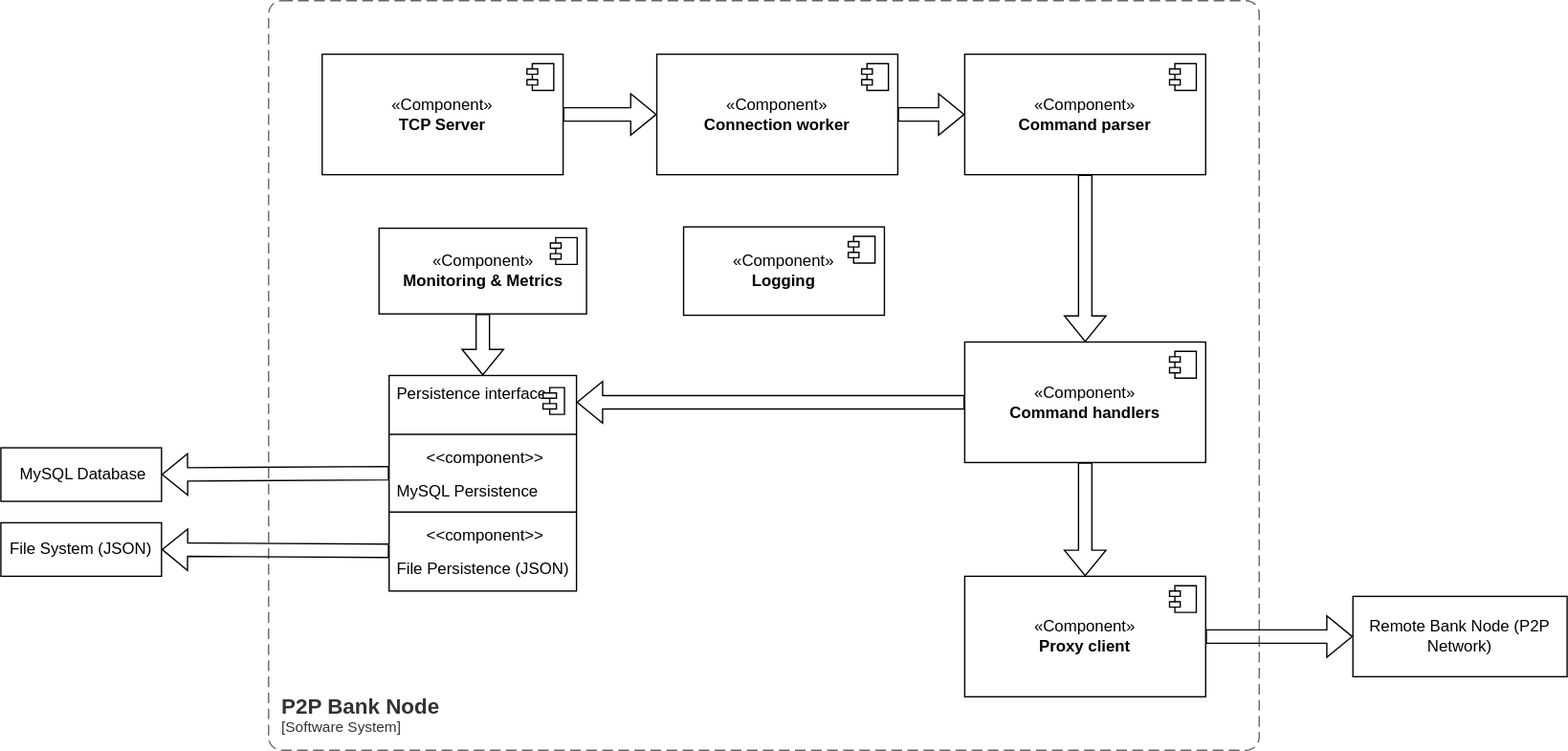
The draw.io diagram docs/diagrams/component-diagram.svg in novakjak/bank, before a commit. Source tidied: cells renumbered, new cells last; positions are measured from the earlier drawing's top-left corner, leaving out a move shared by most shapes. The source it was exported from:
```xml
<mxGraphModel>
  <root>
    <mxCell id="0" />
    <mxCell id="1" parent="0" />
    <object id="2" label="&lt;font style=&quot;font-size: 16px&quot;&gt;&lt;b&gt;&lt;div style=&quot;text-align: left&quot;&gt;%c4Name%&lt;/div&gt;&lt;/b&gt;&lt;/font&gt;&lt;div style=&quot;text-align: left&quot;&gt;[%c4Application%]&lt;/div&gt;" c4Application="Software System" c4Name="P2P Bank Node" c4Type="SystemScopeBoundary" placeholders="1">
      <mxCell style="rounded=1;fontSize=11;whiteSpace=wrap;html=1;dashed=1;arcSize=20;fillColor=none;strokeColor=#666666;fontColor=#333333;labelBackgroundColor=none;align=left;verticalAlign=bottom;labelBorderColor=none;spacingTop=0;spacing=10;dashPattern=8 4;perimeter=rectanglePerimeter;noLabel=0;labelPadding=0;absoluteArcSize=1;" parent="1" vertex="1">
        <mxGeometry x="200" width="740" height="560" as="geometry" />
      </mxCell>
    </object>
    <mxCell id="3" value="«Component»&lt;br&gt;&lt;b&gt;TCP Server&lt;/b&gt;" style="html=1;whiteSpace=wrap;" parent="1" vertex="1">
      <mxGeometry x="240" y="40" width="180" height="90" as="geometry" />
    </mxCell>
    <mxCell id="4" style="shape=module;jettyWidth=8;jettyHeight=4;" parent="3" vertex="1">
      <mxGeometry x="1" width="20" height="20" relative="1" as="geometry">
        <mxPoint x="-27" y="7" as="offset" />
      </mxGeometry>
    </mxCell>
    <mxCell id="5" value="«Component»&lt;br&gt;&lt;div&gt;&lt;b&gt;Connection worker&lt;/b&gt;&lt;/div&gt;" style="html=1;whiteSpace=wrap;" parent="1" vertex="1">
      <mxGeometry x="490" y="40" width="180" height="90" as="geometry" />
    </mxCell>
    <mxCell id="6" style="shape=module;jettyWidth=8;jettyHeight=4;" parent="5" vertex="1">
      <mxGeometry x="1" width="20" height="20" relative="1" as="geometry">
        <mxPoint x="-27" y="7" as="offset" />
      </mxGeometry>
    </mxCell>
    <mxCell id="7" style="shape=flexArrow;endArrow=classic;html=1;rounded=0;exitX=1;exitY=0.5;exitDx=0;exitDy=0;entryX=0;entryY=0.5;entryDx=0;entryDy=0;" parent="1" edge="1" source="3" target="5">
      <mxGeometry relative="1" as="geometry" />
    </mxCell>
    <mxCell id="8" value="&lt;div&gt;«Component»&lt;/div&gt;&lt;div&gt;&lt;b&gt;Command parser&lt;/b&gt;&lt;/div&gt;" style="html=1;whiteSpace=wrap;" parent="1" vertex="1">
      <mxGeometry x="720" y="40" width="180" height="90" as="geometry" />
    </mxCell>
    <mxCell id="9" style="shape=module;jettyWidth=8;jettyHeight=4;" parent="8" vertex="1">
      <mxGeometry x="1" width="20" height="20" relative="1" as="geometry">
        <mxPoint x="-27" y="7" as="offset" />
      </mxGeometry>
    </mxCell>
    <mxCell id="10" value="«Component»&lt;br&gt;&lt;b&gt;Command handlers&lt;/b&gt;" style="html=1;whiteSpace=wrap;" parent="1" vertex="1">
      <mxGeometry x="720" y="255" width="180" height="90" as="geometry" />
    </mxCell>
    <mxCell id="11" style="shape=module;jettyWidth=8;jettyHeight=4;" parent="10" vertex="1">
      <mxGeometry x="1" width="20" height="20" relative="1" as="geometry">
        <mxPoint x="-27" y="7" as="offset" />
      </mxGeometry>
    </mxCell>
    <mxCell id="12" style="shape=flexArrow;endArrow=classic;html=1;rounded=0;entryX=0;entryY=0.5;entryDx=0;entryDy=0;exitX=1;exitY=0.5;exitDx=0;exitDy=0;" parent="1" edge="1" source="5" target="8">
      <mxGeometry relative="1" as="geometry" />
    </mxCell>
    <mxCell id="13" style="shape=flexArrow;endArrow=classic;html=1;rounded=0;entryX=0.5;entryY=0;entryDx=0;entryDy=0;exitX=0.5;exitY=1;exitDx=0;exitDy=0;" parent="1" edge="1" source="8" target="10">
      <mxGeometry relative="1" as="geometry" />
    </mxCell>
    <mxCell id="14" value="«Component»&lt;br&gt;&lt;b&gt;Proxy client&lt;/b&gt;" style="html=1;whiteSpace=wrap;" parent="1" vertex="1">
      <mxGeometry x="720" y="430" width="180" height="90" as="geometry" />
    </mxCell>
    <mxCell id="15" style="shape=module;jettyWidth=8;jettyHeight=4;" parent="14" vertex="1">
      <mxGeometry x="1" width="20" height="20" relative="1" as="geometry">
        <mxPoint x="-27" y="7" as="offset" />
      </mxGeometry>
    </mxCell>
    <mxCell id="16" style="shape=flexArrow;endArrow=classic;html=1;rounded=0;entryX=0.5;entryY=0;entryDx=0;entryDy=0;exitX=0.5;exitY=1;exitDx=0;exitDy=0;" parent="1" edge="1" source="10" target="14">
      <mxGeometry relative="1" as="geometry" />
    </mxCell>
    <mxCell id="17" value="Remote Bank Node (P2P Network)" style="rounded=0;whiteSpace=wrap;html=1;" parent="1" vertex="1">
      <mxGeometry x="1010" y="445" width="160" height="60" as="geometry" />
    </mxCell>
    <mxCell id="18" style="shape=flexArrow;endArrow=classic;html=1;rounded=0;exitX=1;exitY=0.5;exitDx=0;exitDy=0;entryX=0;entryY=0.5;entryDx=0;entryDy=0;" parent="1" edge="1" source="14" target="17">
      <mxGeometry relative="1" as="geometry" />
    </mxCell>
    <mxCell id="19" style="fontStyle=1;align=center;verticalAlign=top;horizontal=1;" parent="1" vertex="1">
      <mxGeometry x="290" y="280" width="140" height="161" as="geometry" />
    </mxCell>
    <mxCell id="20" value="&lt;div&gt;Persistence interface&lt;/div&gt;" style="html=1;align=left;spacingLeft=4;verticalAlign=top;strokeColor=none;fillColor=none;whiteSpace=wrap;" parent="19" vertex="1">
      <mxGeometry width="140" height="40" as="geometry" />
    </mxCell>
    <mxCell id="21" style="shape=module;jettyWidth=10;jettyHeight=4;" parent="20" vertex="1">
      <mxGeometry x="1" width="16" height="20" relative="1" as="geometry">
        <mxPoint x="-25" y="9" as="offset" />
      </mxGeometry>
    </mxCell>
    <mxCell id="22" style="line;strokeWidth=1;fillColor=none;align=left;verticalAlign=middle;spacingTop=-1;spacingLeft=3;spacingRight=3;labelPosition=right;" parent="19" vertex="1">
      <mxGeometry y="40" width="140" height="8" as="geometry" />
    </mxCell>
    <mxCell id="23" value="&amp;lt;&amp;lt;component&amp;gt;&amp;gt;" style="html=1;align=center;spacingLeft=4;verticalAlign=top;strokeColor=none;fillColor=none;whiteSpace=wrap;" parent="19" vertex="1">
      <mxGeometry y="48" width="140" height="25" as="geometry" />
    </mxCell>
    <mxCell id="24" value="MySQL Persistence" style="html=1;align=left;spacingLeft=4;verticalAlign=top;strokeColor=none;fillColor=none;whiteSpace=wrap;" parent="19" vertex="1">
      <mxGeometry y="73" width="140" height="25" as="geometry" />
    </mxCell>
    <mxCell id="25" style="line;strokeWidth=1;fillColor=none;align=left;verticalAlign=middle;spacingTop=-1;spacingLeft=3;spacingRight=3;labelPosition=right;" parent="19" vertex="1">
      <mxGeometry y="98" width="140" height="8" as="geometry" />
    </mxCell>
    <mxCell id="26" value="&amp;lt;&amp;lt;component&amp;gt;&amp;gt;" style="html=1;align=center;spacingLeft=4;verticalAlign=top;strokeColor=none;fillColor=none;whiteSpace=wrap;" parent="19" vertex="1">
      <mxGeometry y="106" width="140" height="25" as="geometry" />
    </mxCell>
    <mxCell id="27" value="File Persistence (JSON)" style="html=1;align=left;spacingLeft=4;verticalAlign=top;strokeColor=none;fillColor=none;whiteSpace=wrap;" parent="19" vertex="1">
      <mxGeometry y="131" width="140" height="30" as="geometry" />
    </mxCell>
    <mxCell id="28" style="shape=flexArrow;endArrow=classic;html=1;rounded=0;entryX=1;entryY=0.5;entryDx=0;entryDy=0;exitX=0;exitY=0.5;exitDx=0;exitDy=0;" parent="1" edge="1" source="10" target="20">
      <mxGeometry relative="1" as="geometry" />
    </mxCell>
    <mxCell id="29" value="«Component»&lt;br&gt;&lt;b&gt;Monitoring &amp;amp; Metrics&lt;/b&gt;" style="html=1;whiteSpace=wrap;" parent="1" vertex="1">
      <mxGeometry x="282.5" y="170" width="155" height="64" as="geometry" />
    </mxCell>
    <mxCell id="30" style="shape=module;jettyWidth=8;jettyHeight=4;" parent="29" vertex="1">
      <mxGeometry x="1" width="20" height="20" relative="1" as="geometry">
        <mxPoint x="-27" y="7" as="offset" />
      </mxGeometry>
    </mxCell>
    <mxCell id="31" style="shape=flexArrow;endArrow=classic;html=1;rounded=0;entryX=0.5;entryY=0;entryDx=0;entryDy=0;exitX=0.5;exitY=1;exitDx=0;exitDy=0;" parent="1" edge="1" source="29" target="20">
      <mxGeometry relative="1" as="geometry" />
    </mxCell>
    <mxCell id="32" value="&amp;nbsp;MySQL Database" style="rounded=0;whiteSpace=wrap;html=1;" parent="1" vertex="1">
      <mxGeometry y="334" width="120" height="40" as="geometry" />
    </mxCell>
    <mxCell id="33" style="shape=flexArrow;endArrow=classic;html=1;rounded=0;entryX=1;entryY=0.5;entryDx=0;entryDy=0;exitX=0;exitY=0;exitDx=0;exitDy=0;" parent="1" edge="1" source="24" target="32">
      <mxGeometry relative="1" as="geometry" />
    </mxCell>
    <mxCell id="34" value="File System (JSON)" style="whiteSpace=wrap;html=1;" parent="1" vertex="1">
      <mxGeometry y="390" width="120" height="40" as="geometry" />
    </mxCell>
    <mxCell id="35" style="shape=flexArrow;endArrow=classic;html=1;rounded=0;entryX=1;entryY=0.5;entryDx=0;entryDy=0;exitX=0;exitY=0;exitDx=0;exitDy=0;" parent="1" edge="1" source="27" target="34">
      <mxGeometry relative="1" as="geometry" />
    </mxCell>
    <mxCell id="36" value="«Component»&lt;br&gt;&lt;b&gt;Logging&lt;/b&gt;" style="html=1;whiteSpace=wrap;" parent="1" vertex="1">
      <mxGeometry x="510" y="169" width="150" height="66" as="geometry" />
    </mxCell>
    <mxCell id="37" style="shape=module;jettyWidth=8;jettyHeight=4;" parent="36" vertex="1">
      <mxGeometry x="1" width="20" height="20" relative="1" as="geometry">
        <mxPoint x="-27" y="7" as="offset" />
      </mxGeometry>
    </mxCell>
  </root>
</mxGraphModel>
```
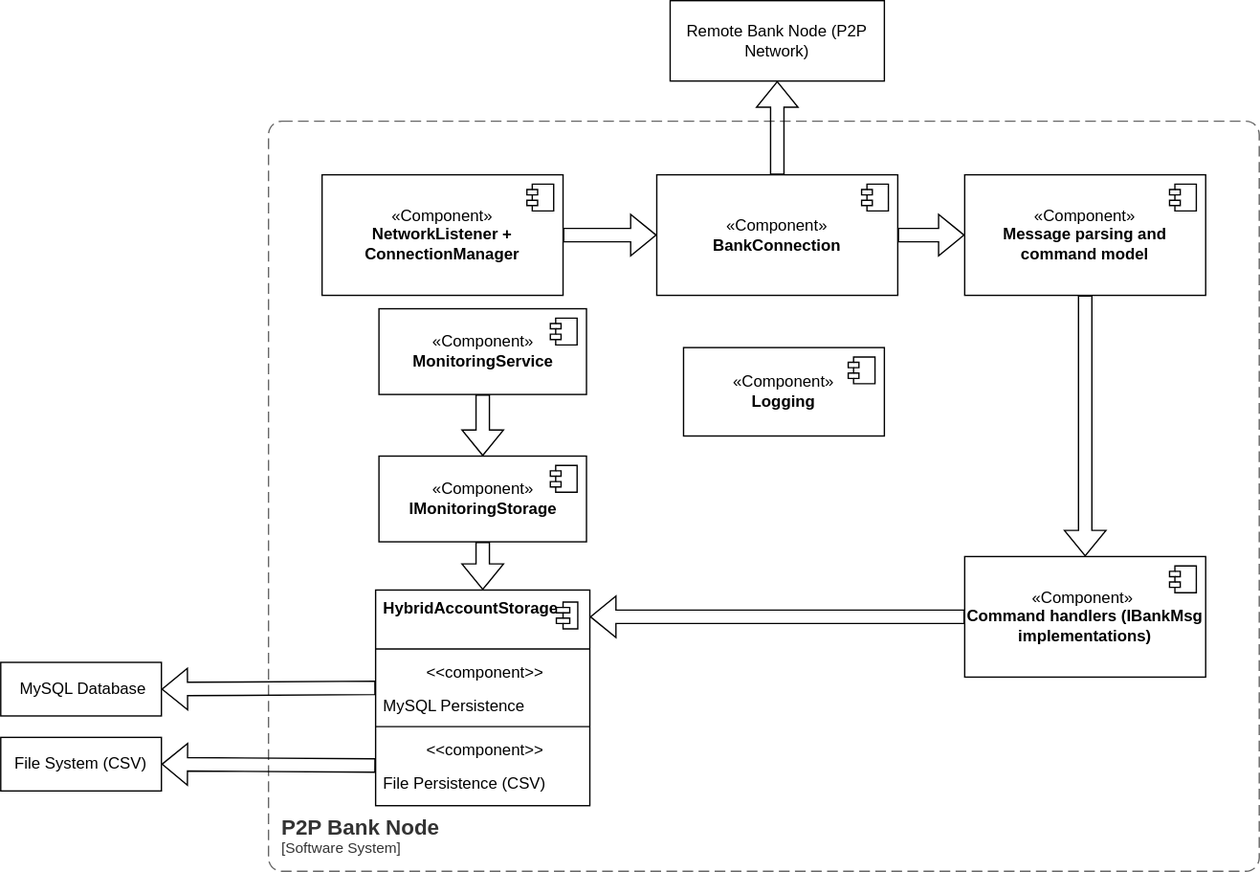
The same file after the commit.

The edit, as a diff of the source:
```diff
@@ -7,7 +7,7 @@
         <mxGeometry x="200" width="740" height="560" as="geometry" />
       </mxCell>
     </object>
-    <mxCell id="3" value="«Component»&lt;br&gt;&lt;b&gt;TCP Server&lt;/b&gt;" style="html=1;whiteSpace=wrap;" parent="1" vertex="1">
+    <mxCell id="3" value="«Component»&lt;br&gt;&lt;b&gt;NetworkListener + ConnectionManager&lt;/b&gt;" style="html=1;whiteSpace=wrap;" parent="1" vertex="1">
       <mxGeometry x="240" y="40" width="180" height="90" as="geometry" />
     </mxCell>
     <mxCell id="4" style="shape=module;jettyWidth=8;jettyHeight=4;" parent="3" vertex="1">
@@ -15,7 +15,7 @@
         <mxPoint x="-27" y="7" as="offset" />
       </mxGeometry>
     </mxCell>
-    <mxCell id="5" value="«Component»&lt;br&gt;&lt;div&gt;&lt;b&gt;Connection worker&lt;/b&gt;&lt;/div&gt;" style="html=1;whiteSpace=wrap;" parent="1" vertex="1">
+    <mxCell id="5" value="«Component»&lt;br&gt;&lt;div&gt; &lt;b&gt;BankConnection&lt;/b&gt;&lt;/div&gt;" style="html=1;whiteSpace=wrap;" parent="1" vertex="1">
       <mxGeometry x="490" y="40" width="180" height="90" as="geometry" />
     </mxCell>
     <mxCell id="6" style="shape=module;jettyWidth=8;jettyHeight=4;" parent="5" vertex="1">
@@ -26,7 +26,7 @@
     <mxCell id="7" style="shape=flexArrow;endArrow=classic;html=1;rounded=0;exitX=1;exitY=0.5;exitDx=0;exitDy=0;entryX=0;entryY=0.5;entryDx=0;entryDy=0;" parent="1" edge="1" source="3" target="5">
       <mxGeometry relative="1" as="geometry" />
     </mxCell>
-    <mxCell id="8" value="&lt;div&gt;«Component»&lt;/div&gt;&lt;div&gt;&lt;b&gt;Command parser&lt;/b&gt;&lt;/div&gt;" style="html=1;whiteSpace=wrap;" parent="1" vertex="1">
+    <mxCell id="8" value="&lt;div&gt;«Component»&lt;/div&gt;&lt;div&gt;&lt;b&gt;Message parsing and command model&lt;/b&gt;&lt;/div&gt;" style="html=1;whiteSpace=wrap;" parent="1" vertex="1">
       <mxGeometry x="720" y="40" width="180" height="90" as="geometry" />
     </mxCell>
     <mxCell id="9" style="shape=module;jettyWidth=8;jettyHeight=4;" parent="8" vertex="1">
@@ -34,8 +34,8 @@
         <mxPoint x="-27" y="7" as="offset" />
       </mxGeometry>
     </mxCell>
-    <mxCell id="10" value="«Component»&lt;br&gt;&lt;b&gt;Command handlers&lt;/b&gt;" style="html=1;whiteSpace=wrap;" parent="1" vertex="1">
-      <mxGeometry x="720" y="255" width="180" height="90" as="geometry" />
+    <mxCell id="10" value="&lt;div&gt;«Component»&amp;nbsp;&lt;/div&gt;&lt;div&gt;&lt;b&gt;Command handlers (IBankMsg implementations)&lt;/b&gt;&lt;/div&gt;" style="html=1;whiteSpace=wrap;" parent="1" vertex="1">
+      <mxGeometry x="720" y="325" width="180" height="90" as="geometry" />
     </mxCell>
     <mxCell id="11" style="shape=module;jettyWidth=8;jettyHeight=4;" parent="10" vertex="1">
       <mxGeometry x="1" width="20" height="20" relative="1" as="geometry">
@@ -48,28 +48,17 @@
     <mxCell id="13" style="shape=flexArrow;endArrow=classic;html=1;rounded=0;entryX=0.5;entryY=0;entryDx=0;entryDy=0;exitX=0.5;exitY=1;exitDx=0;exitDy=0;" parent="1" edge="1" source="8" target="10">
       <mxGeometry relative="1" as="geometry" />
     </mxCell>
-    <mxCell id="14" value="«Component»&lt;br&gt;&lt;b&gt;Proxy client&lt;/b&gt;" style="html=1;whiteSpace=wrap;" parent="1" vertex="1">
-      <mxGeometry x="720" y="430" width="180" height="90" as="geometry" />
-    </mxCell>
-    <mxCell id="15" style="shape=module;jettyWidth=8;jettyHeight=4;" parent="14" vertex="1">
-      <mxGeometry x="1" width="20" height="20" relative="1" as="geometry">
-        <mxPoint x="-27" y="7" as="offset" />
-      </mxGeometry>
-    </mxCell>
-    <mxCell id="16" style="shape=flexArrow;endArrow=classic;html=1;rounded=0;entryX=0.5;entryY=0;entryDx=0;entryDy=0;exitX=0.5;exitY=1;exitDx=0;exitDy=0;" parent="1" edge="1" source="10" target="14">
-      <mxGeometry relative="1" as="geometry" />
-    </mxCell>
     <mxCell id="17" value="Remote Bank Node (P2P Network)" style="rounded=0;whiteSpace=wrap;html=1;" parent="1" vertex="1">
-      <mxGeometry x="1010" y="445" width="160" height="60" as="geometry" />
+      <mxGeometry x="500" y="-90" width="160" height="60" as="geometry" />
     </mxCell>
-    <mxCell id="18" style="shape=flexArrow;endArrow=classic;html=1;rounded=0;exitX=1;exitY=0.5;exitDx=0;exitDy=0;entryX=0;entryY=0.5;entryDx=0;entryDy=0;" parent="1" edge="1" source="14" target="17">
+    <mxCell id="18" style="shape=flexArrow;endArrow=classic;html=1;rounded=0;exitX=0.5;exitY=0;exitDx=0;exitDy=0;entryX=0.5;entryY=1;entryDx=0;entryDy=0;" parent="1" edge="1" source="5" target="17">
       <mxGeometry relative="1" as="geometry" />
     </mxCell>
     <mxCell id="19" style="fontStyle=1;align=center;verticalAlign=top;horizontal=1;" parent="1" vertex="1">
-      <mxGeometry x="290" y="280" width="140" height="161" as="geometry" />
+      <mxGeometry x="280" y="350" width="160" height="161" as="geometry" />
     </mxCell>
-    <mxCell id="20" value="&lt;div&gt;Persistence interface&lt;/div&gt;" style="html=1;align=left;spacingLeft=4;verticalAlign=top;strokeColor=none;fillColor=none;whiteSpace=wrap;" parent="19" vertex="1">
-      <mxGeometry width="140" height="40" as="geometry" />
+    <mxCell id="20" value="&lt;b&gt;HybridAccountStorage&lt;/b&gt;" style="html=1;align=left;spacingLeft=4;verticalAlign=top;strokeColor=none;fillColor=none;whiteSpace=wrap;" parent="19" vertex="1">
+      <mxGeometry width="160" height="40" as="geometry" />
     </mxCell>
     <mxCell id="21" style="shape=module;jettyWidth=10;jettyHeight=4;" parent="20" vertex="1">
       <mxGeometry x="1" width="16" height="20" relative="1" as="geometry">
@@ -77,45 +66,45 @@
       </mxGeometry>
     </mxCell>
     <mxCell id="22" style="line;strokeWidth=1;fillColor=none;align=left;verticalAlign=middle;spacingTop=-1;spacingLeft=3;spacingRight=3;labelPosition=right;" parent="19" vertex="1">
-      <mxGeometry y="40" width="140" height="8" as="geometry" />
+      <mxGeometry y="40" width="160" height="8" as="geometry" />
     </mxCell>
     <mxCell id="23" value="&amp;lt;&amp;lt;component&amp;gt;&amp;gt;" style="html=1;align=center;spacingLeft=4;verticalAlign=top;strokeColor=none;fillColor=none;whiteSpace=wrap;" parent="19" vertex="1">
-      <mxGeometry y="48" width="140" height="25" as="geometry" />
+      <mxGeometry y="48" width="160" height="25" as="geometry" />
     </mxCell>
     <mxCell id="24" value="MySQL Persistence" style="html=1;align=left;spacingLeft=4;verticalAlign=top;strokeColor=none;fillColor=none;whiteSpace=wrap;" parent="19" vertex="1">
-      <mxGeometry y="73" width="140" height="25" as="geometry" />
+      <mxGeometry y="73" width="160" height="25" as="geometry" />
     </mxCell>
     <mxCell id="25" style="line;strokeWidth=1;fillColor=none;align=left;verticalAlign=middle;spacingTop=-1;spacingLeft=3;spacingRight=3;labelPosition=right;" parent="19" vertex="1">
-      <mxGeometry y="98" width="140" height="8" as="geometry" />
+      <mxGeometry y="98" width="160" height="8" as="geometry" />
     </mxCell>
     <mxCell id="26" value="&amp;lt;&amp;lt;component&amp;gt;&amp;gt;" style="html=1;align=center;spacingLeft=4;verticalAlign=top;strokeColor=none;fillColor=none;whiteSpace=wrap;" parent="19" vertex="1">
-      <mxGeometry y="106" width="140" height="25" as="geometry" />
+      <mxGeometry y="106" width="160" height="25" as="geometry" />
     </mxCell>
-    <mxCell id="27" value="File Persistence (JSON)" style="html=1;align=left;spacingLeft=4;verticalAlign=top;strokeColor=none;fillColor=none;whiteSpace=wrap;" parent="19" vertex="1">
-      <mxGeometry y="131" width="140" height="30" as="geometry" />
+    <mxCell id="27" value="File Persistence (CSV)" style="html=1;align=left;spacingLeft=4;verticalAlign=top;strokeColor=none;fillColor=none;whiteSpace=wrap;" parent="19" vertex="1">
+      <mxGeometry y="131" width="160" height="30" as="geometry" />
     </mxCell>
     <mxCell id="28" style="shape=flexArrow;endArrow=classic;html=1;rounded=0;entryX=1;entryY=0.5;entryDx=0;entryDy=0;exitX=0;exitY=0.5;exitDx=0;exitDy=0;" parent="1" edge="1" source="10" target="20">
       <mxGeometry relative="1" as="geometry" />
     </mxCell>
-    <mxCell id="29" value="«Component»&lt;br&gt;&lt;b&gt;Monitoring &amp;amp; Metrics&lt;/b&gt;" style="html=1;whiteSpace=wrap;" parent="1" vertex="1">
-      <mxGeometry x="282.5" y="170" width="155" height="64" as="geometry" />
+    <mxCell id="29" value="«Component»&lt;br&gt;&lt;b&gt;MonitoringService&lt;/b&gt;" style="html=1;whiteSpace=wrap;" parent="1" vertex="1">
+      <mxGeometry x="282.5" y="140" width="155" height="64" as="geometry" />
     </mxCell>
     <mxCell id="30" style="shape=module;jettyWidth=8;jettyHeight=4;" parent="29" vertex="1">
       <mxGeometry x="1" width="20" height="20" relative="1" as="geometry">
         <mxPoint x="-27" y="7" as="offset" />
       </mxGeometry>
     </mxCell>
-    <mxCell id="31" style="shape=flexArrow;endArrow=classic;html=1;rounded=0;entryX=0.5;entryY=0;entryDx=0;entryDy=0;exitX=0.5;exitY=1;exitDx=0;exitDy=0;" parent="1" edge="1" source="29" target="20">
+    <mxCell id="31" style="shape=flexArrow;endArrow=classic;html=1;rounded=0;exitX=0.5;exitY=1;exitDx=0;exitDy=0;entryX=0.5;entryY=0;entryDx=0;entryDy=0;" parent="1" edge="1" source="29" target="38">
       <mxGeometry relative="1" as="geometry" />
     </mxCell>
     <mxCell id="32" value="&amp;nbsp;MySQL Database" style="rounded=0;whiteSpace=wrap;html=1;" parent="1" vertex="1">
-      <mxGeometry y="334" width="120" height="40" as="geometry" />
+      <mxGeometry y="404" width="120" height="40" as="geometry" />
     </mxCell>
     <mxCell id="33" style="shape=flexArrow;endArrow=classic;html=1;rounded=0;entryX=1;entryY=0.5;entryDx=0;entryDy=0;exitX=0;exitY=0;exitDx=0;exitDy=0;" parent="1" edge="1" source="24" target="32">
       <mxGeometry relative="1" as="geometry" />
     </mxCell>
-    <mxCell id="34" value="File System (JSON)" style="whiteSpace=wrap;html=1;" parent="1" vertex="1">
-      <mxGeometry y="390" width="120" height="40" as="geometry" />
+    <mxCell id="34" value="File System (CSV)" style="whiteSpace=wrap;html=1;" parent="1" vertex="1">
+      <mxGeometry y="460" width="120" height="40" as="geometry" />
     </mxCell>
     <mxCell id="35" style="shape=flexArrow;endArrow=classic;html=1;rounded=0;entryX=1;entryY=0.5;entryDx=0;entryDy=0;exitX=0;exitY=0;exitDx=0;exitDy=0;" parent="1" edge="1" source="27" target="34">
       <mxGeometry relative="1" as="geometry" />
@@ -128,5 +117,16 @@
         <mxPoint x="-27" y="7" as="offset" />
       </mxGeometry>
     </mxCell>
+    <mxCell id="38" value="&lt;div&gt;«Component»&lt;/div&gt;&lt;div&gt;&lt;b&gt;IMonitoringStorage&lt;/b&gt;&lt;/div&gt;" style="html=1;whiteSpace=wrap;" parent="1" vertex="1">
+      <mxGeometry x="282.5" y="250" width="155" height="64" as="geometry" />
+    </mxCell>
+    <mxCell id="39" style="shape=module;jettyWidth=8;jettyHeight=4;" parent="38" vertex="1">
+      <mxGeometry x="1" width="20" height="20" relative="1" as="geometry">
+        <mxPoint x="-27" y="7" as="offset" />
+      </mxGeometry>
+    </mxCell>
+    <mxCell id="40" style="shape=flexArrow;endArrow=classic;html=1;rounded=0;exitX=0.5;exitY=1;exitDx=0;exitDy=0;entryX=0.5;entryY=0;entryDx=0;entryDy=0;" parent="1" edge="1" source="38" target="20">
+      <mxGeometry relative="1" as="geometry" />
+    </mxCell>
   </root>
 </mxGraphModel>
```
